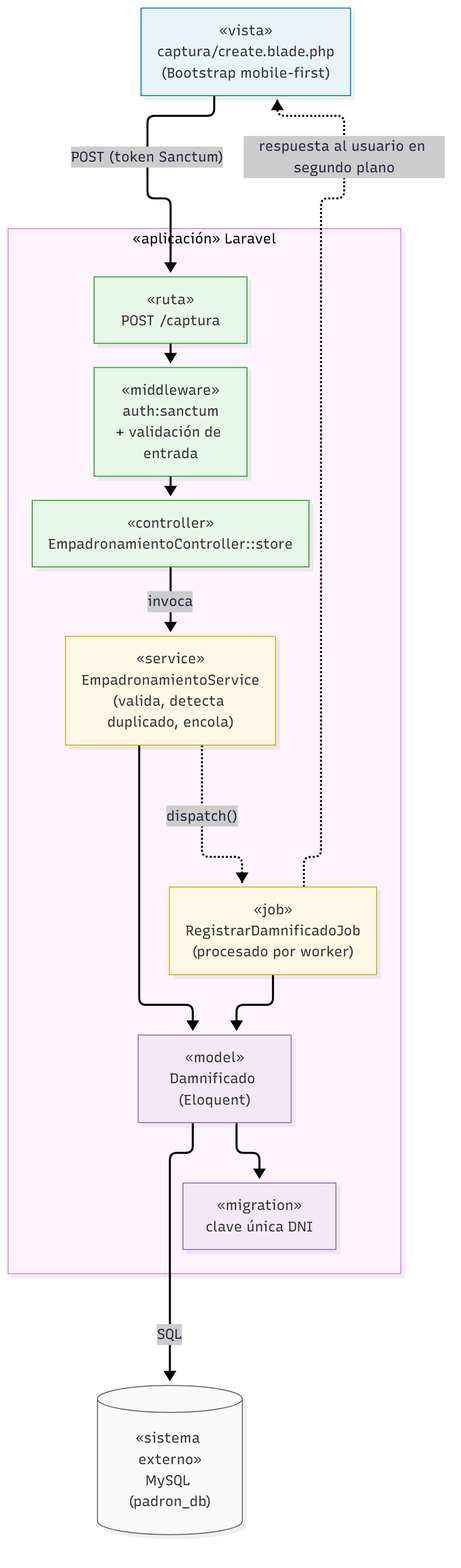
Before: img/componentes-arquitectonicos.png, a diagram exported from Mermaid (gabrielquispe27-ops/Sistema-Empadronamiento_arquiSoft_Quispe-02). Its source is kept beside it as img/fuentes-mermaid/componentes-arquitectonicos.mmd. Source of this version:
```mermaid
flowchart TD
    classDef pres fill:#e8f4f8,stroke:#007acc,stroke-width:1px,color:#333
    classDef ctrl fill:#e8f8e8,stroke:#2ca02c,stroke-width:1px,color:#333
    classDef biz fill:#fff8e6,stroke:#e6a800,stroke-width:1px,color:#333
    classDef data fill:#f4e8f8,stroke:#9467bd,stroke-width:1px,color:#333
    classDef ext fill:#f9f9f9,stroke:#666,stroke-width:1px,color:#333

    V["«vista»\ncaptura/create.blade.php\n(Bootstrap mobile-first)"]:::pres

    subgraph LARAVEL ["«aplicación» Laravel"]
        R["«ruta»\nPOST /captura"]:::ctrl
        MW["«middleware»\nauth:sanctum\n+ validación de entrada"]:::ctrl
        C["«controller»\nEmpadronamientoController::store"]:::ctrl
        S["«service»\nEmpadronamientoService\n(valida, detecta duplicado, encola)"]:::biz
        J["«job»\nRegistrarDamnificadoJob\n(procesado por worker)"]:::biz
        M["«model»\nDamnificado (Eloquent)"]:::data
        MI["«migration»\nclave única DNI"]:::data
    end

    DB[("«sistema externo»\nMySQL (padron_db)")]:::ext

    V -- "POST (token Sanctum)" --> R
    R --> MW
    MW --> C
    C -- "invoca" --> S
    S -. "dispatch()" .-> J
    S --> M
    J --> M
    M --> MI
    M -- "SQL" --> DB

    J -.->|"respuesta al usuario en segundo plano"| V
```
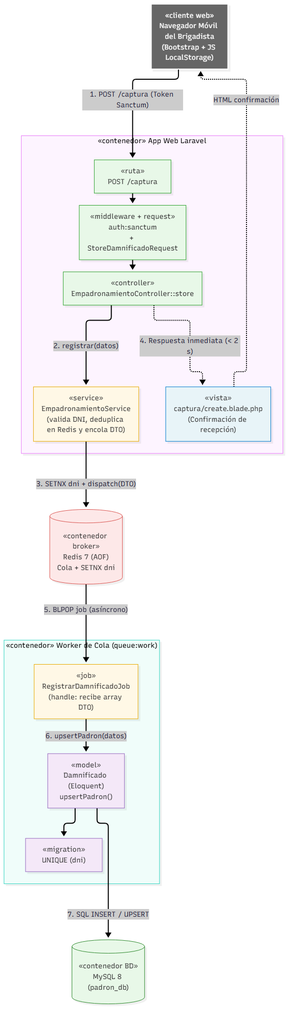
The same diagram one commit later.

What changed in the source:
```diff
@@ -1,32 +1,41 @@
 flowchart TD
+    classDef client fill:#666666,stroke:#fff,stroke-width:2px,color:#fff
     classDef pres fill:#e8f4f8,stroke:#007acc,stroke-width:1px,color:#333
     classDef ctrl fill:#e8f8e8,stroke:#2ca02c,stroke-width:1px,color:#333
     classDef biz fill:#fff8e6,stroke:#e6a800,stroke-width:1px,color:#333
     classDef data fill:#f4e8f8,stroke:#9467bd,stroke-width:1px,color:#333
-    classDef ext fill:#f9f9f9,stroke:#666,stroke-width:1px,color:#333
+    classDef queue fill:#fde8e8,stroke:#d9534f,stroke-width:1px,color:#333
+    classDef ext fill:#e8f8e8,stroke:#2d882d,stroke-width:1px,color:#333
 
-    V["«vista»\ncaptura/create.blade.php\n(Bootstrap mobile-first)"]:::pres
+    Nav["«cliente web»\nNavegador Móvil del Brigadista\n(Bootstrap + JS LocalStorage)"]:::client
 
-    subgraph LARAVEL ["«aplicación» Laravel"]
+    subgraph LARAVEL ["«contenedor» App Web Laravel"]
         R["«ruta»\nPOST /captura"]:::ctrl
-        MW["«middleware»\nauth:sanctum\n+ validación de entrada"]:::ctrl
+        MW["«middleware + request»\nauth:sanctum\n+ StoreDamnificadoRequest"]:::ctrl
         C["«controller»\nEmpadronamientoController::store"]:::ctrl
-        S["«service»\nEmpadronamientoService\n(valida, detecta duplicado, encola)"]:::biz
-        J["«job»\nRegistrarDamnificadoJob\n(procesado por worker)"]:::biz
-        M["«model»\nDamnificado (Eloquent)"]:::data
-        MI["«migration»\nclave única DNI"]:::data
+        V["«vista»\ncaptura/create.blade.php\n(Confirmación de recepción)"]:::pres
+        S["«service»\nEmpadronamientoService\n(valida DNI, deduplica en Redis y encola DTO)"]:::biz
     end
 
-    DB[("«sistema externo»\nMySQL (padron_db)")]:::ext
+    Redis[("«contenedor broker»\nRedis 7 (AOF)\nCola + SETNX dni")]:::queue
 
-    V -- "POST (token Sanctum)" --> R
+    subgraph WORKER ["«contenedor» Worker de Cola (queue:work)"]
+        J["«job»\nRegistrarDamnificadoJob\n(handle: recibe array DTO)"]:::biz
+        M["«model»\nDamnificado (Eloquent)\nupsertPadron()"]:::data
+        MI["«migration»\nUNIQUE (dni)"]:::data
+    end
+
+    DB[("«contenedor BD»\nMySQL 8 (padron_db)")]:::ext
+
+    Nav -- "1. POST /captura (Token Sanctum)" --> R
     R --> MW
     MW --> C
-    C -- "invoca" --> S
-    S -. "dispatch()" .-> J
-    S --> M
-    J --> M
+    C -- "2. registrar(datos)" --> S
+    S -- "3. SETNX dni + dispatch(DTO)" --> Redis
+    C -. "4. Respuesta inmediata (< 2 s)" .-> V
+    V -. "HTML confirmación" .-> Nav
+
+    Redis -- "5. BLPOP job (asíncrono)" --> J
+    J -- "6. upsertPadron(datos)" --> M
     M --> MI
-    M -- "SQL" --> DB
-
-    J -.->|"respuesta al usuario en segundo plano"| V
+    M -- "7. SQL INSERT / UPSERT" --> DB
```
